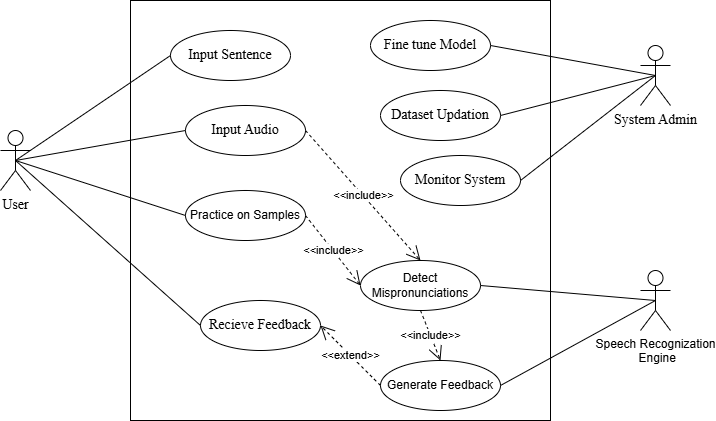
The draw.io diagram .AMDUseCaseDiagram.png in JoshiPrabin/Diagrams, before a commit. Source tidied: cells renumbered, new cells last; positions are measured from the earlier drawing's top-left corner, leaving out a move shared by most shapes.
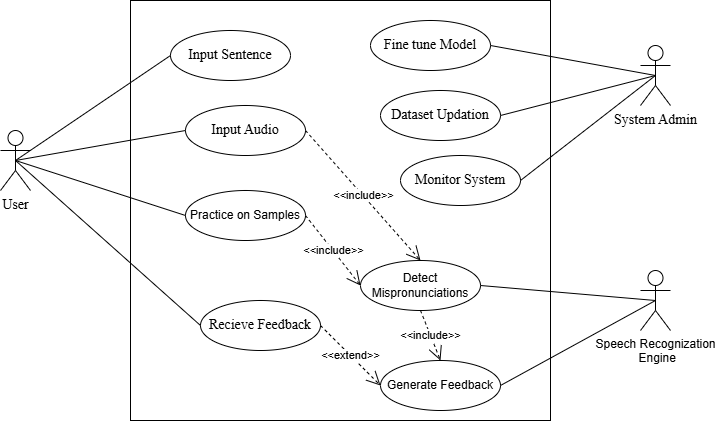
After the commit.

What changed in the source:
```diff
@@ -77,7 +77,7 @@
     <mxCell id="26" value="&amp;lt;&amp;lt;include&lt;span style=&quot;background-color: light-dark(#ffffff, var(--ge-dark-color, #121212)); color: light-dark(rgb(0, 0, 0), rgb(255, 255, 255));&quot;&gt;&amp;gt;&amp;gt;&lt;/span&gt;" style="endArrow=open;endSize=12;dashed=1;html=1;rounded=0;entryX=0.5;entryY=0;entryDx=0;entryDy=0;exitX=0.5;exitY=1;exitDx=0;exitDy=0;" parent="1" edge="1" source="20" target="24">
       <mxGeometry relative="1" as="geometry" />
     </mxCell>
-    <mxCell id="27" value="&amp;lt;&amp;lt;extend&amp;gt;&amp;gt;" style="endArrow=open;endSize=12;dashed=1;html=1;rounded=0;entryX=1;entryY=0.5;entryDx=0;entryDy=0;exitX=0;exitY=0.5;exitDx=0;exitDy=0;" parent="1" edge="1" source="24" target="10">
+    <mxCell id="27" value="&amp;lt;&amp;lt;extend&amp;gt;&amp;gt;" style="endArrow=open;endSize=12;dashed=1;html=1;rounded=0;entryX=0;entryY=0.5;entryDx=0;entryDy=0;exitX=1;exitY=0.5;exitDx=0;exitDy=0;" parent="1" edge="1" source="10" target="24">
       <mxGeometry relative="1" as="geometry" />
     </mxCell>
   </root>
```
